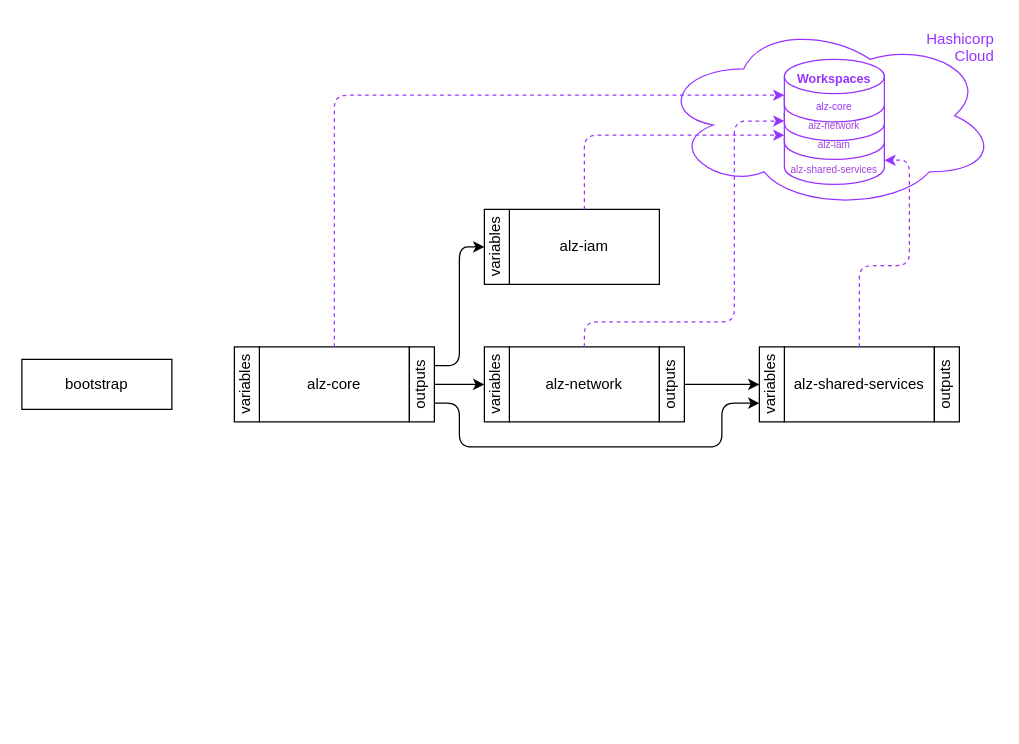
Earlier version of the draw.io diagram page "Overview" (1 of 5) of ta-alz.drawio (balazspados/azure-sandbox). Source tidied: cells renumbered, new cells numbered last; positions are measured from the earlier drawing's top-left corner, leaving out a move shared by most shapes. Both pictures are drawn from the tidied source at 125%, with x=0, y=0 at pixel (21, 21).
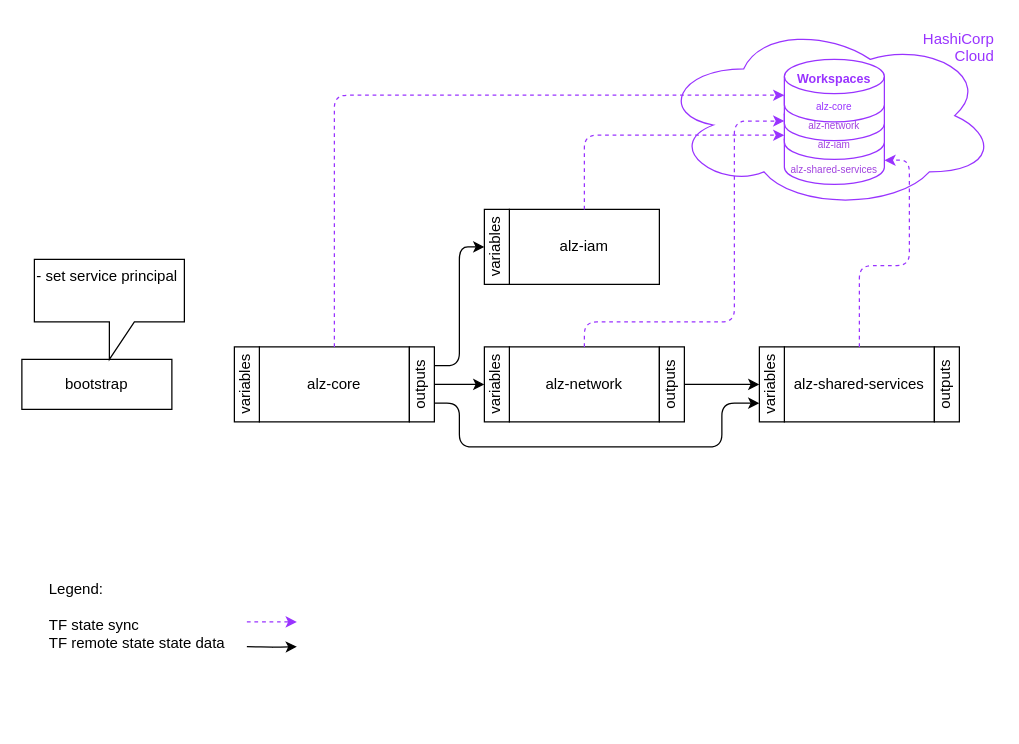
After the change.

The change refers to these unchanged cells:
```xml
<mxCell id="2" style="group;" parent="1" vertex="1">
  <mxGeometry x="510" width="270" height="150" as="geometry" />
</mxCell>
```

Diff of the diagram source:
```diff
@@
-    <mxCell id="3" value="&lt;span style=&quot;color: rgb(153, 51, 255);&quot;&gt;Hashicorp&lt;/span&gt;&lt;div&gt;&lt;span style=&quot;color: rgb(153, 51, 255);&quot;&gt;Cloud&lt;/span&gt;&lt;/div&gt;" style="ellipse;shape=cloud;whiteSpace=wrap;html=1;verticalAlign=top;align=right;strokeColor=#9933FF;" parent="2" vertex="1">
+    <mxCell id="3" value="&lt;span style=&quot;color: rgb(153, 51, 255);&quot;&gt;HashiCorp&lt;/span&gt;&lt;div&gt;&lt;span style=&quot;color: rgb(153, 51, 255);&quot;&gt;Cloud&lt;/span&gt;&lt;/div&gt;" style="ellipse;shape=cloud;whiteSpace=wrap;html=1;verticalAlign=top;align=right;strokeColor=#9933FF;" parent="2" vertex="1">
       <mxGeometry width="270" height="150" as="geometry" />
     </mxCell>
@@
+    <mxCell id="34" value="Legend:&lt;div&gt;&lt;br&gt;&lt;div&gt;TF state sync&lt;/div&gt;&lt;/div&gt;&lt;div&gt;TF remote state state data&amp;nbsp;&lt;/div&gt;" style="text;html=1;whiteSpace=wrap;strokeColor=none;fillColor=none;align=left;verticalAlign=top;rounded=0;" parent="1" vertex="1">
+      <mxGeometry x="20" y="440" width="200" height="120" as="geometry" />
+    </mxCell>
+    <mxCell id="35" style="edgeStyle=orthogonalEdgeStyle;orthogonalLoop=1;jettySize=auto;html=1;strokeColor=#9933FF;dashed=1;" parent="1" edge="1">
+      <mxGeometry relative="1" as="geometry">
+        <mxPoint x="180" y="480" as="sourcePoint" />
+        <mxPoint x="220" y="480" as="targetPoint" />
+        <Array as="points">
+          <mxPoint x="200" y="480" />
+          <mxPoint x="200" y="480" />
+        </Array>
+      </mxGeometry>
+    </mxCell>
+    <mxCell id="36" style="edgeStyle=orthogonalEdgeStyle;orthogonalLoop=1;jettySize=auto;html=1;" parent="1" edge="1">
+      <mxGeometry relative="1" as="geometry">
+        <mxPoint x="180" y="499.8" as="sourcePoint" />
+        <mxPoint x="220" y="499.8" as="targetPoint" />
+      </mxGeometry>
+    </mxCell>
+    <mxCell id="37" value="- set service principal" style="shape=callout;whiteSpace=wrap;html=1;perimeter=calloutPerimeter;align=left;verticalAlign=top;" parent="1" vertex="1">
+      <mxGeometry x="10" y="190" width="120" height="80" as="geometry" />
+    </mxCell>
```
